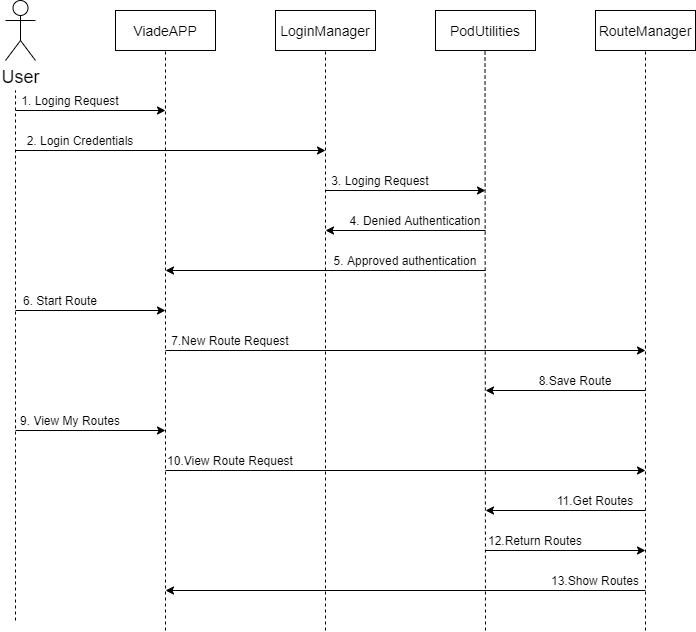
The draw.io diagram src/docs/images/06_runtime_view_Log_in.png in Arquisoft/viade_es3c, before a commit. Source tidied: cells renumbered, new cells last; positions are measured from the earlier drawing's top-left corner, leaving out a move shared by most shapes.
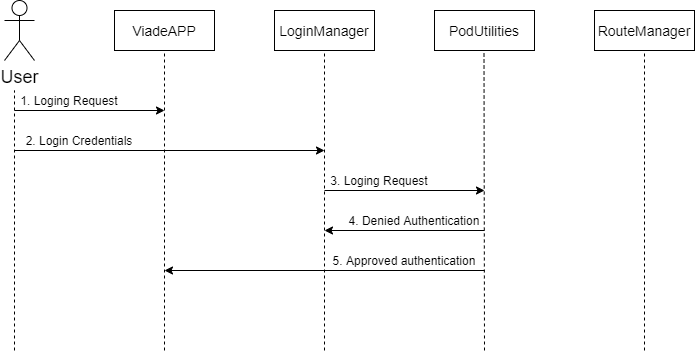
Above is the later version.

Commit message:
adding New Route runtime view

What changed in the source:
```diff
@@ -7,7 +7,7 @@
     </mxCell>
     <mxCell id="3" style="endArrow=none;dashed=1;html=1;" parent="1" edge="1">
       <mxGeometry relative="1" as="geometry">
-        <mxPoint x="15" y="620" as="sourcePoint" />
+        <mxPoint x="15" y="350" as="sourcePoint" />
         <mxPoint x="15" y="90" as="targetPoint" />
       </mxGeometry>
     </mxCell>
@@ -31,17 +31,17 @@
     </mxCell>
     <mxCell id="10" style="endArrow=none;dashed=1;html=1;entryX=0.5;entryY=1;entryDx=0;entryDy=0;" parent="1" edge="1" target="4">
       <mxGeometry relative="1" as="geometry">
-        <mxPoint x="165" y="630" as="sourcePoint" />
+        <mxPoint x="165" y="350" as="sourcePoint" />
       </mxGeometry>
     </mxCell>
     <mxCell id="11" style="endArrow=none;dashed=1;html=1;entryX=0.5;entryY=1;entryDx=0;entryDy=0;" parent="1" edge="1" target="6">
       <mxGeometry relative="1" as="geometry">
-        <mxPoint x="325" y="630" as="sourcePoint" />
+        <mxPoint x="325" y="350" as="sourcePoint" />
       </mxGeometry>
     </mxCell>
     <mxCell id="12" style="endArrow=none;dashed=1;html=1;entryX=0.5;entryY=1;entryDx=0;entryDy=0;" parent="1" edge="1" target="8">
       <mxGeometry relative="1" as="geometry">
-        <mxPoint x="645" y="630" as="sourcePoint" />
+        <mxPoint x="645" y="350" as="sourcePoint" />
       </mxGeometry>
     </mxCell>
     <mxCell id="13" style="endArrow=classic;html=1;" parent="1" edge="1">
@@ -97,81 +97,9 @@
     </mxCell>
     <mxCell id="25" style="endArrow=none;dashed=1;html=1;entryX=0.5;entryY=1;entryDx=0;entryDy=0;" parent="1" edge="1">
       <mxGeometry relative="1" as="geometry">
-        <mxPoint x="485" y="630" as="sourcePoint" />
+        <mxPoint x="485" y="350" as="sourcePoint" />
         <mxPoint x="484.5" y="50" as="targetPoint" />
       </mxGeometry>
     </mxCell>
-    <mxCell id="26" style="endArrow=classic;html=1;" parent="1" edge="1">
-      <mxGeometry relative="1" as="geometry">
-        <mxPoint x="15" y="310" as="sourcePoint" />
-        <mxPoint x="165" y="310" as="targetPoint" />
-      </mxGeometry>
-    </mxCell>
-    <mxCell id="27" value="6. Start Route" style="text;html=1;strokeColor=none;fillColor=none;align=center;verticalAlign=middle;whiteSpace=wrap;rounded=0;" parent="1" vertex="1">
-      <mxGeometry x="5" y="290" width="110" height="20" as="geometry" />
-    </mxCell>
-    <mxCell id="28" style="endArrow=classic;html=1;" parent="1" edge="1">
-      <mxGeometry relative="1" as="geometry">
-        <mxPoint x="165" y="350" as="sourcePoint" />
-        <mxPoint x="645" y="350" as="targetPoint" />
-      </mxGeometry>
-    </mxCell>
-    <mxCell id="29" value="7.New Route Request" style="text;html=1;strokeColor=none;fillColor=none;align=center;verticalAlign=middle;whiteSpace=wrap;rounded=0;" parent="1" vertex="1">
-      <mxGeometry x="165" y="330" width="130" height="20" as="geometry" />
-    </mxCell>
-    <mxCell id="30" style="endArrow=classic;html=1;" parent="1" edge="1">
-      <mxGeometry relative="1" as="geometry">
-        <mxPoint x="645" y="390" as="sourcePoint" />
-        <mxPoint x="485" y="390" as="targetPoint" />
-      </mxGeometry>
-    </mxCell>
-    <mxCell id="31" value="8.Save Route" style="text;html=1;strokeColor=none;fillColor=none;align=center;verticalAlign=middle;whiteSpace=wrap;rounded=0;" parent="1" vertex="1">
-      <mxGeometry x="505" y="370" width="140" height="20" as="geometry" />
-    </mxCell>
-    <mxCell id="32" style="endArrow=classic;html=1;" parent="1" edge="1">
-      <mxGeometry relative="1" as="geometry">
-        <mxPoint x="15" y="430" as="sourcePoint" />
-        <mxPoint x="165" y="430" as="targetPoint" />
-      </mxGeometry>
-    </mxCell>
-    <mxCell id="33" value="9. View My Routes" style="text;html=1;strokeColor=none;fillColor=none;align=center;verticalAlign=middle;whiteSpace=wrap;rounded=0;" parent="1" vertex="1">
-      <mxGeometry y="410" width="140" height="20" as="geometry" />
-    </mxCell>
-    <mxCell id="34" style="endArrow=classic;html=1;" parent="1" edge="1">
-      <mxGeometry relative="1" as="geometry">
-        <mxPoint x="165" y="470" as="sourcePoint" />
-        <mxPoint x="645" y="470" as="targetPoint" />
-      </mxGeometry>
-    </mxCell>
-    <mxCell id="35" value="10.View Route Request" style="text;html=1;strokeColor=none;fillColor=none;align=center;verticalAlign=middle;whiteSpace=wrap;rounded=0;" parent="1" vertex="1">
-      <mxGeometry x="165" y="450" width="130" height="20" as="geometry" />
-    </mxCell>
-    <mxCell id="36" style="endArrow=classic;html=1;" parent="1" edge="1">
-      <mxGeometry relative="1" as="geometry">
-        <mxPoint x="645" y="510" as="sourcePoint" />
-        <mxPoint x="485" y="510" as="targetPoint" />
-      </mxGeometry>
-    </mxCell>
-    <mxCell id="37" value="11.Get Routes" style="text;html=1;strokeColor=none;fillColor=none;align=center;verticalAlign=middle;whiteSpace=wrap;rounded=0;" parent="1" vertex="1">
-      <mxGeometry x="525" y="490" width="140" height="20" as="geometry" />
-    </mxCell>
-    <mxCell id="38" style="endArrow=classic;html=1;" parent="1" edge="1">
-      <mxGeometry relative="1" as="geometry">
-        <mxPoint x="485" y="550" as="sourcePoint" />
-        <mxPoint x="645" y="550" as="targetPoint" />
-      </mxGeometry>
-    </mxCell>
-    <mxCell id="39" style="endArrow=classic;html=1;" parent="1" edge="1">
-      <mxGeometry relative="1" as="geometry">
-        <mxPoint x="645" y="590" as="sourcePoint" />
-        <mxPoint x="165" y="590" as="targetPoint" />
-      </mxGeometry>
-    </mxCell>
-    <mxCell id="40" value="12.Return Routes" style="text;html=1;strokeColor=none;fillColor=none;align=center;verticalAlign=middle;whiteSpace=wrap;rounded=0;" parent="1" vertex="1">
-      <mxGeometry x="465" y="530" width="140" height="20" as="geometry" />
-    </mxCell>
-    <mxCell id="41" value="13.Show Routes" style="text;html=1;strokeColor=none;fillColor=none;align=center;verticalAlign=middle;whiteSpace=wrap;rounded=0;" parent="1" vertex="1">
-      <mxGeometry x="525" y="570" width="140" height="20" as="geometry" />
-    </mxCell>
   </root>
 </mxGraphModel>
```
